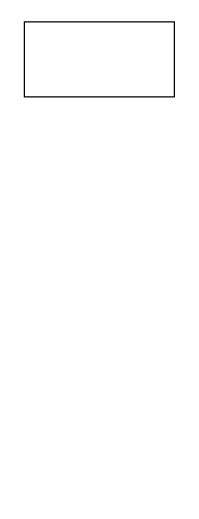
This is examples/linking/main.drawio from deeppavlov/dd-idde, a draw.io file, before an edit. Source tidied: cells renumbered, new cells numbered last; positions are measured from the earlier drawing's top-left corner, leaving out a move shared by most shapes. Both pictures are drawn from the tidied source at 125%, with x=0, y=0 at pixel (24, 21).
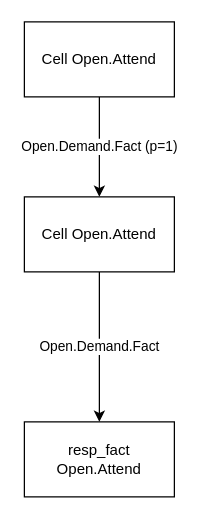
The same page after the edit.

Diff of the diagram source:
```diff
@@
 <mxGraphModel>
   <root>
     <mxCell id="0" />
     <mxCell id="1" parent="0" />
+    <mxCell id="4" value="Open.Demand.Fact (p=1)" style="edgeStyle=orthogonalEdgeStyle;rounded=0;jettySize=auto;html=1;" parent="1" edge="1" source="2" target="5">
+      <mxGeometry relative="1" as="geometry" />
+    </mxCell>
-    <mxCell id="2" style="rounded=0;whiteSpace=wrap;html=1;" parent="1" vertex="1">
+    <mxCell id="2" value="Cell Open.Attend" style="rounded=0;whiteSpace=wrap;html=1;" parent="1" vertex="1">
       <mxGeometry width="120" height="60" as="geometry" />
     </mxCell>
+    <mxCell id="5" value="Cell Open.Attend" style="rounded=0;whiteSpace=wrap;html=1;" parent="1" vertex="1">
+      <mxGeometry y="140" width="120" height="60" as="geometry" />
+    </mxCell>
+    <mxCell id="6" value="resp_fact Open.Attend" style="rounded=0;whiteSpace=wrap;html=1;dashed=0;" parent="1" vertex="1">
+      <mxGeometry y="320" width="120" height="60" as="geometry" />
+    </mxCell>
+    <mxCell id="7" value="Open.Demand.Fact" style="edgeStyle=orthogonalEdgeStyle;rounded=0;jettySize=auto;html=1;dashed=0;" parent="1" edge="1" source="5" target="6">
+      <mxGeometry relative="1" as="geometry" />
+    </mxCell>
     <mxCell id="3" parent="0" />
   </root>
 </mxGraphModel>
```
